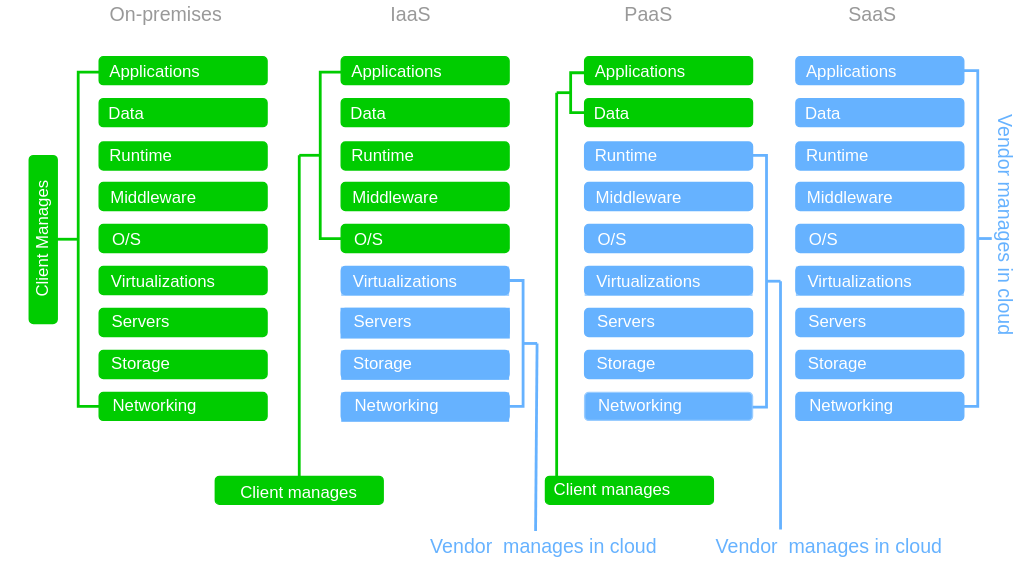
The draw.io diagram images/cloud-svc-models.svg in ibm-cloud-docs/cloud-infrastructure, before a commit. Source tidied: cells renumbered, new cells last; positions are measured from the earlier drawing's top-left corner, leaving out a move shared by most shapes.
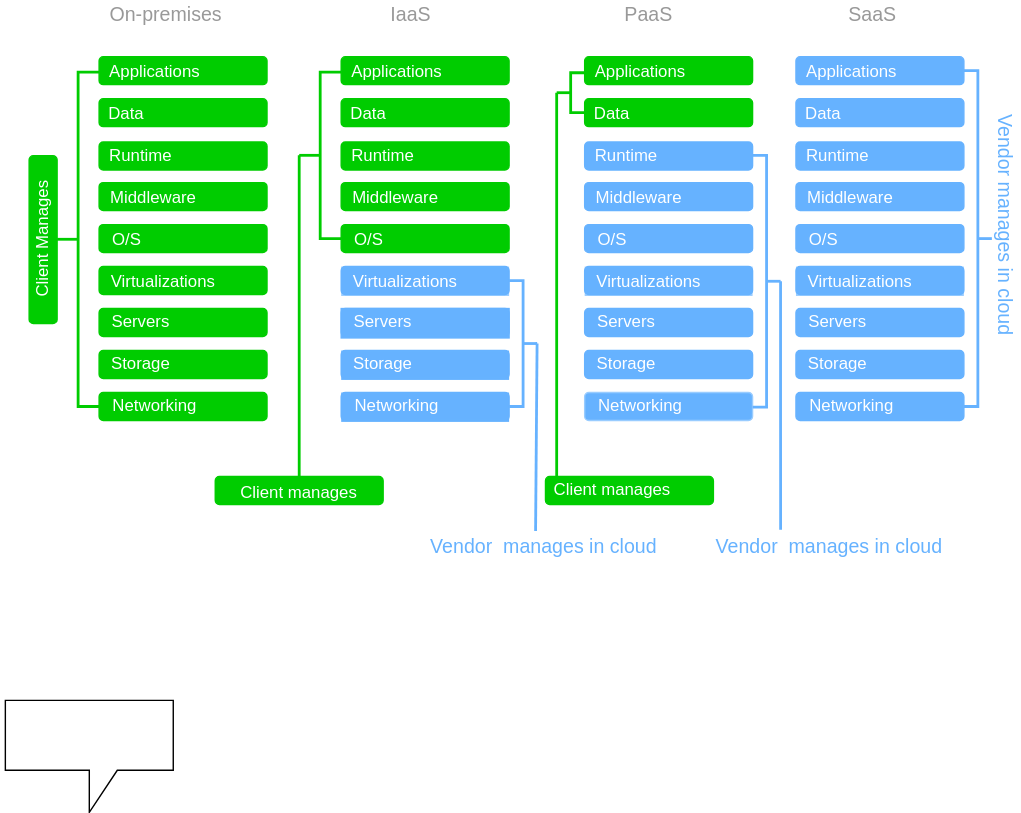
Later version of the same file.

Diff of the diagram source:
```diff
@@ -401,5 +401,8 @@
     <mxCell id="132" value="&lt;font style=&quot;font-size: 14px;&quot; color=&quot;#999999&quot;&gt;SaaS&lt;/font&gt;" style="text;html=1;strokeColor=none;fillColor=none;align=center;verticalAlign=middle;whiteSpace=wrap;rounded=0;fontColor=#66B2FF;fontSize=14;" parent="2" vertex="1">
       <mxGeometry x="583" width="80" height="20" as="geometry" />
     </mxCell>
+    <mxCell id="133" style="shape=callout;whiteSpace=wrap;html=1;perimeter=calloutPerimeter;" parent="1" vertex="1">
+      <mxGeometry x="33" y="500" width="120" height="80" as="geometry" />
+    </mxCell>
   </root>
 </mxGraphModel>
```
